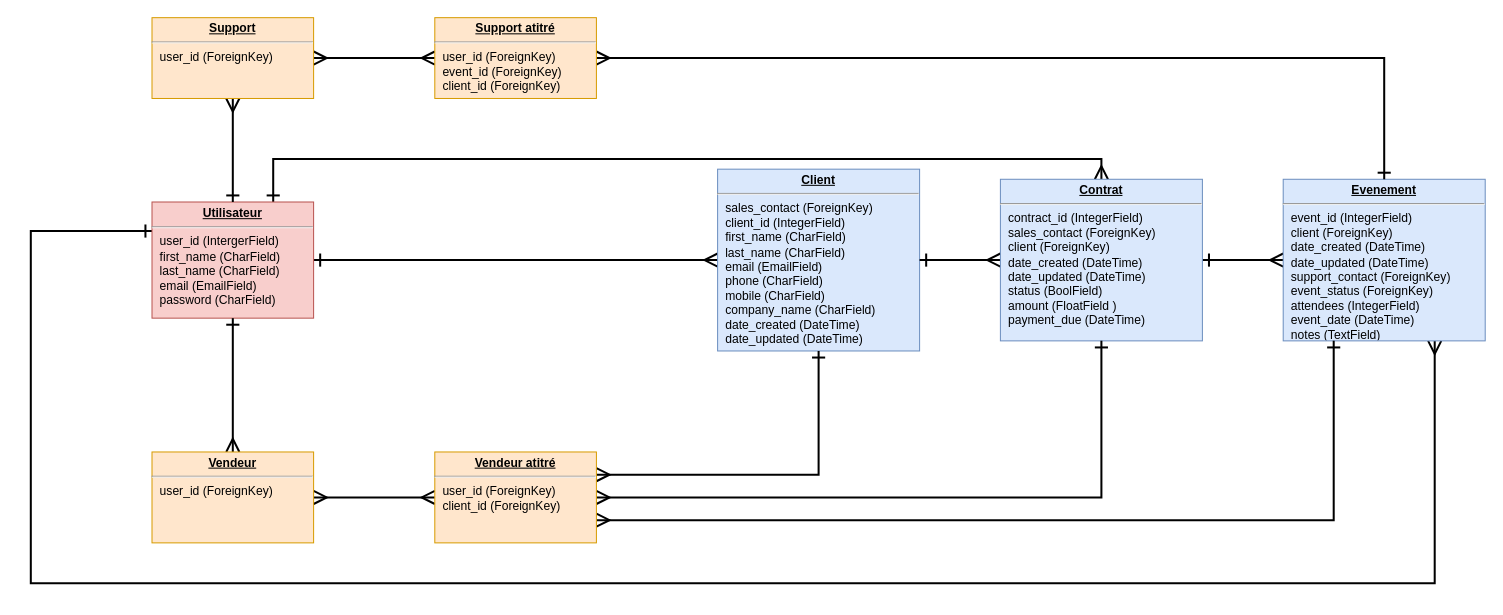
The draw.io diagram page "Page-3" (3 of 3) of diagramme/ERD_epic_events.drawio in Emericdefay/OCR_P12, before the edit. Source tidied: cells renumbered, new cells numbered last; positions are measured from the earlier drawing's top-left corner, leaving out a move shared by most shapes. Both pictures are drawn from the tidied source at 101%, with x=0, y=0 at pixel (30, 17).
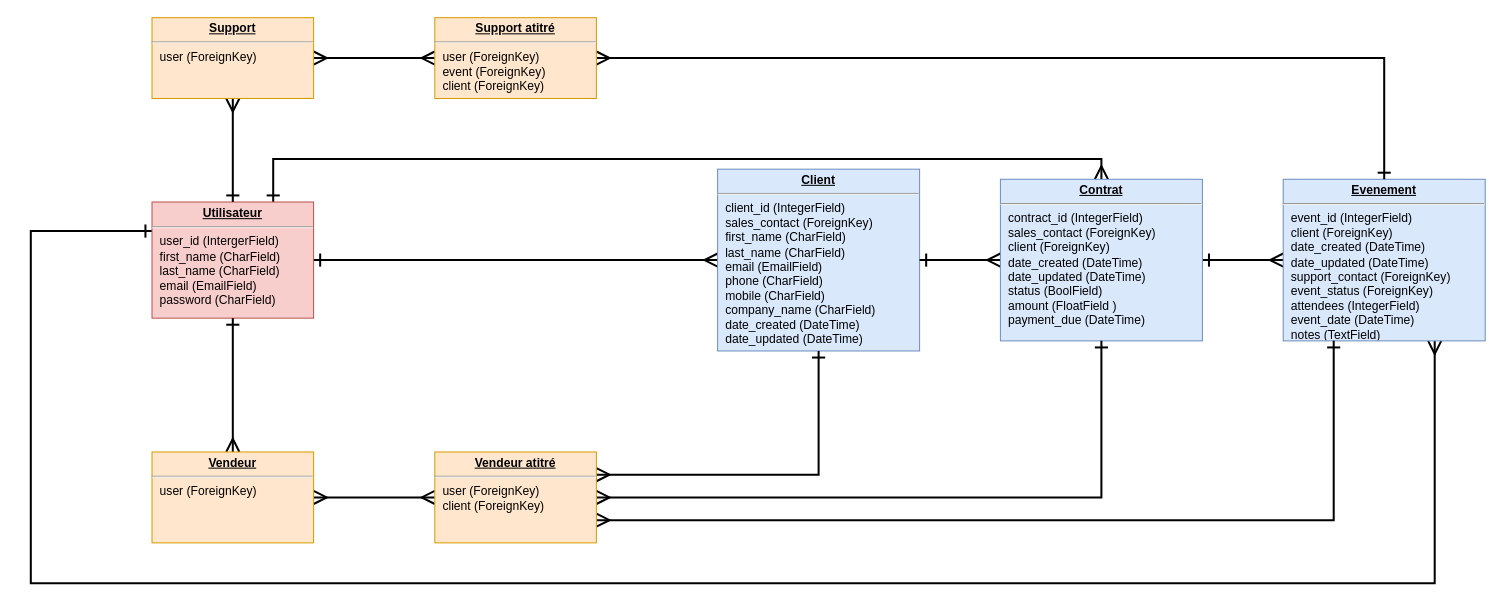
After the change.

The edit, as a diff of the source:
```diff
@@
-    <mxCell id="3" value="&lt;p style=&quot;margin: 0px ; margin-top: 4px ; text-align: center ; text-decoration: underline&quot;&gt;&lt;b&gt;Client&lt;/b&gt;&lt;/p&gt;&lt;hr&gt;&lt;p style=&quot;margin: 0px ; margin-left: 8px&quot;&gt;sales_contact (ForeignKey)&lt;/p&gt;&lt;p style=&quot;margin: 0px ; margin-left: 8px&quot;&gt;client_id (IntegerField)&lt;/p&gt;&lt;p style=&quot;margin: 0px ; margin-left: 8px&quot;&gt;first_name (CharField)&lt;br&gt;last_name (CharField)&lt;br&gt;email (EmailField)&lt;/p&gt;&lt;p style=&quot;margin: 0px ; margin-left: 8px&quot;&gt;phone (CharField)&lt;/p&gt;&lt;p style=&quot;margin: 0px ; margin-left: 8px&quot;&gt;mobile (CharField)&lt;/p&gt;&lt;p style=&quot;margin: 0px ; margin-left: 8px&quot;&gt;company_name (CharField)&lt;/p&gt;&lt;p style=&quot;margin: 0px ; margin-left: 8px&quot;&gt;date_created (DateTime)&lt;/p&gt;&lt;p style=&quot;margin: 0px ; margin-left: 8px&quot;&gt;date_updated (DateTime)&lt;/p&gt;" style="verticalAlign=top;align=left;overflow=fill;fontSize=12;fontFamily=Helvetica;html=1;fillColor=#dae8fc;strokeColor=#6c8ebf;" parent="1" vertex="1">
+    <mxCell id="3" value="&lt;p style=&quot;margin: 0px ; margin-top: 4px ; text-align: center ; text-decoration: underline&quot;&gt;&lt;b&gt;Client&lt;/b&gt;&lt;/p&gt;&lt;hr&gt;&lt;p style=&quot;margin: 0px ; margin-left: 8px&quot;&gt;&lt;span&gt;client_id (IntegerField)&lt;/span&gt;&lt;br&gt;&lt;/p&gt;&lt;p style=&quot;margin: 0px ; margin-left: 8px&quot;&gt;sales_contact (ForeignKey)&lt;br&gt;&lt;/p&gt;&lt;p style=&quot;margin: 0px ; margin-left: 8px&quot;&gt;first_name (CharField)&lt;br&gt;last_name (CharField)&lt;br&gt;email (EmailField)&lt;/p&gt;&lt;p style=&quot;margin: 0px ; margin-left: 8px&quot;&gt;phone (CharField)&lt;/p&gt;&lt;p style=&quot;margin: 0px ; margin-left: 8px&quot;&gt;mobile (CharField)&lt;/p&gt;&lt;p style=&quot;margin: 0px ; margin-left: 8px&quot;&gt;company_name (CharField)&lt;/p&gt;&lt;p style=&quot;margin: 0px ; margin-left: 8px&quot;&gt;date_created (DateTime)&lt;/p&gt;&lt;p style=&quot;margin: 0px ; margin-left: 8px&quot;&gt;date_updated (DateTime)&lt;/p&gt;" style="verticalAlign=top;align=left;overflow=fill;fontSize=12;fontFamily=Helvetica;html=1;fillColor=#dae8fc;strokeColor=#6c8ebf;" parent="1" vertex="1">
       <mxGeometry x="680" y="150" width="200" height="180" as="geometry" />
     </mxCell>
@@
-    <mxCell id="15" value="&lt;p style=&quot;margin: 0px ; margin-top: 4px ; text-align: center ; text-decoration: underline&quot;&gt;&lt;b&gt;Vendeur a&lt;/b&gt;&lt;b&gt;titré&lt;/b&gt;&lt;/p&gt;&lt;hr&gt;&lt;p style=&quot;margin: 0px ; margin-left: 8px&quot;&gt;user_id (ForeignKey)&lt;/p&gt;&lt;p style=&quot;margin: 0px ; margin-left: 8px&quot;&gt;client_id (ForeignKey)&lt;/p&gt;" style="verticalAlign=top;align=left;overflow=fill;fontSize=12;fontFamily=Helvetica;html=1;fillColor=#ffe6cc;strokeColor=#d79b00;" parent="1" vertex="1">
+    <mxCell id="15" value="&lt;p style=&quot;margin: 0px ; margin-top: 4px ; text-align: center ; text-decoration: underline&quot;&gt;&lt;b&gt;Vendeur a&lt;/b&gt;&lt;b&gt;titré&lt;/b&gt;&lt;/p&gt;&lt;hr&gt;&lt;p style=&quot;margin: 0px ; margin-left: 8px&quot;&gt;user (ForeignKey)&lt;/p&gt;&lt;p style=&quot;margin: 0px ; margin-left: 8px&quot;&gt;client (ForeignKey)&lt;/p&gt;" style="verticalAlign=top;align=left;overflow=fill;fontSize=12;fontFamily=Helvetica;html=1;fillColor=#ffe6cc;strokeColor=#d79b00;" parent="1" vertex="1">
       <mxGeometry x="400" y="430" width="160" height="90" as="geometry" />
     </mxCell>
@@
-    <mxCell id="18" value="&lt;p style=&quot;margin: 0px ; margin-top: 4px ; text-align: center ; text-decoration: underline&quot;&gt;&lt;b&gt;Support atitré&lt;/b&gt;&lt;/p&gt;&lt;hr&gt;&lt;p style=&quot;margin: 0px ; margin-left: 8px&quot;&gt;user_id (ForeignKey)&lt;/p&gt;&lt;p style=&quot;margin: 0px ; margin-left: 8px&quot;&gt;event_id (ForeignKey)&lt;/p&gt;&lt;p style=&quot;margin: 0px ; margin-left: 8px&quot;&gt;client_id (ForeignKey)&lt;/p&gt;&lt;p style=&quot;margin: 0px ; margin-left: 8px&quot;&gt;&lt;br&gt;&lt;/p&gt;" style="verticalAlign=top;align=left;overflow=fill;fontSize=12;fontFamily=Helvetica;html=1;fillColor=#ffe6cc;strokeColor=#d79b00;" parent="1" vertex="1">
+    <mxCell id="18" value="&lt;p style=&quot;margin: 0px ; margin-top: 4px ; text-align: center ; text-decoration: underline&quot;&gt;&lt;b&gt;Support atitré&lt;/b&gt;&lt;/p&gt;&lt;hr&gt;&lt;p style=&quot;margin: 0px ; margin-left: 8px&quot;&gt;user (ForeignKey)&lt;/p&gt;&lt;p style=&quot;margin: 0px ; margin-left: 8px&quot;&gt;event (ForeignKey)&lt;/p&gt;&lt;p style=&quot;margin: 0px ; margin-left: 8px&quot;&gt;client (ForeignKey)&lt;/p&gt;&lt;p style=&quot;margin: 0px ; margin-left: 8px&quot;&gt;&lt;br&gt;&lt;/p&gt;" style="verticalAlign=top;align=left;overflow=fill;fontSize=12;fontFamily=Helvetica;html=1;fillColor=#ffe6cc;strokeColor=#d79b00;" parent="1" vertex="1">
       <mxGeometry x="400" width="160" height="80" as="geometry" />
     </mxCell>
@@
-    <mxCell id="20" value="&lt;p style=&quot;margin: 0px ; margin-top: 4px ; text-align: center ; text-decoration: underline&quot;&gt;&lt;b&gt;Vendeur&lt;/b&gt;&lt;/p&gt;&lt;hr&gt;&lt;p style=&quot;margin: 0px ; margin-left: 8px&quot;&gt;user_id (ForeignKey)&lt;br&gt;&lt;/p&gt;" style="verticalAlign=top;align=left;overflow=fill;fontSize=12;fontFamily=Helvetica;html=1;fillColor=#ffe6cc;strokeColor=#d79b00;" parent="1" vertex="1">
+    <mxCell id="20" value="&lt;p style=&quot;margin: 0px ; margin-top: 4px ; text-align: center ; text-decoration: underline&quot;&gt;&lt;b&gt;Vendeur&lt;/b&gt;&lt;/p&gt;&lt;hr&gt;&lt;p style=&quot;margin: 0px ; margin-left: 8px&quot;&gt;user (ForeignKey)&lt;br&gt;&lt;/p&gt;" style="verticalAlign=top;align=left;overflow=fill;fontSize=12;fontFamily=Helvetica;html=1;fillColor=#ffe6cc;strokeColor=#d79b00;" parent="1" vertex="1">
       <mxGeometry x="120" y="430" width="160" height="90" as="geometry" />
     </mxCell>
@@
-    <mxCell id="22" value="&lt;p style=&quot;margin: 0px ; margin-top: 4px ; text-align: center ; text-decoration: underline&quot;&gt;&lt;b&gt;Support&lt;/b&gt;&lt;/p&gt;&lt;hr&gt;&lt;p style=&quot;margin: 0px ; margin-left: 8px&quot;&gt;user_id (ForeignKey)&lt;/p&gt;&lt;p style=&quot;margin: 0px ; margin-left: 8px&quot;&gt;&lt;br&gt;&lt;/p&gt;" style="verticalAlign=top;align=left;overflow=fill;fontSize=12;fontFamily=Helvetica;html=1;fillColor=#ffe6cc;strokeColor=#d79b00;" parent="1" vertex="1">
+    <mxCell id="22" value="&lt;p style=&quot;margin: 0px ; margin-top: 4px ; text-align: center ; text-decoration: underline&quot;&gt;&lt;b&gt;Support&lt;/b&gt;&lt;/p&gt;&lt;hr&gt;&lt;p style=&quot;margin: 0px ; margin-left: 8px&quot;&gt;user (ForeignKey)&lt;/p&gt;&lt;p style=&quot;margin: 0px ; margin-left: 8px&quot;&gt;&lt;br&gt;&lt;/p&gt;" style="verticalAlign=top;align=left;overflow=fill;fontSize=12;fontFamily=Helvetica;html=1;fillColor=#ffe6cc;strokeColor=#d79b00;" parent="1" vertex="1">
       <mxGeometry x="120" width="160" height="80" as="geometry" />
     </mxCell>
```
